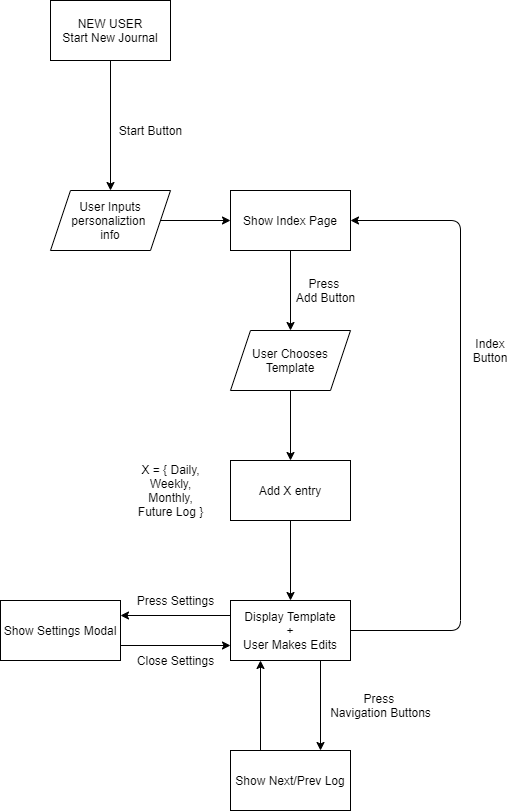
Earlier version of the draw.io export specs/adrs/diagram.drawio.png (FlamingoJournal/cse110-sp21-group18). Source tidied: cells renumbered, new cells last; positions are measured from the earlier drawing's top-left corner, leaving out a move shared by most shapes.
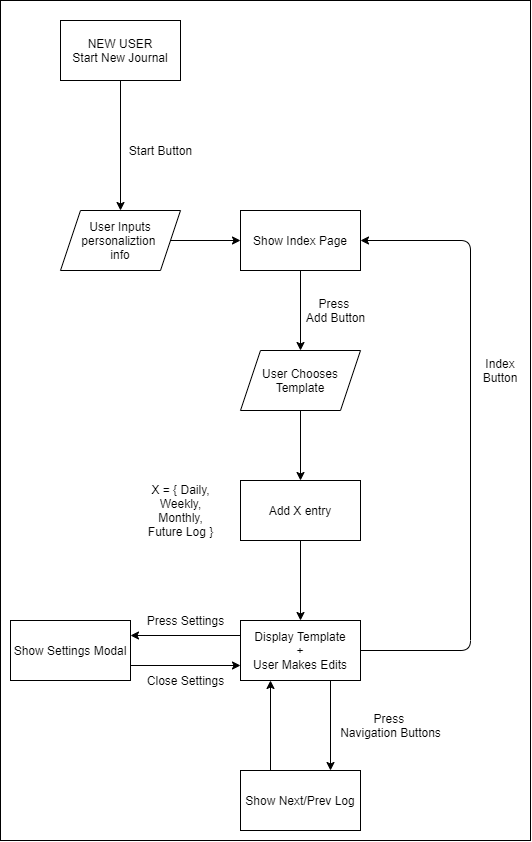
The same file after the commit.

What changed in the source:
```diff
@@ -2,6 +2,9 @@
   <root>
     <mxCell id="0" />
     <mxCell id="1" parent="0" />
+    <mxCell id="27" style="rounded=0;whiteSpace=wrap;html=1;" parent="1" vertex="1">
+      <mxGeometry x="-10" y="-20" width="530" height="840" as="geometry" />
+    </mxCell>
     <mxCell id="2" style="edgeStyle=orthogonalEdgeStyle;rounded=0;jettySize=auto;html=1;" parent="1" edge="1" source="3" target="5">
       <mxGeometry relative="1" as="geometry" />
     </mxCell>
```
